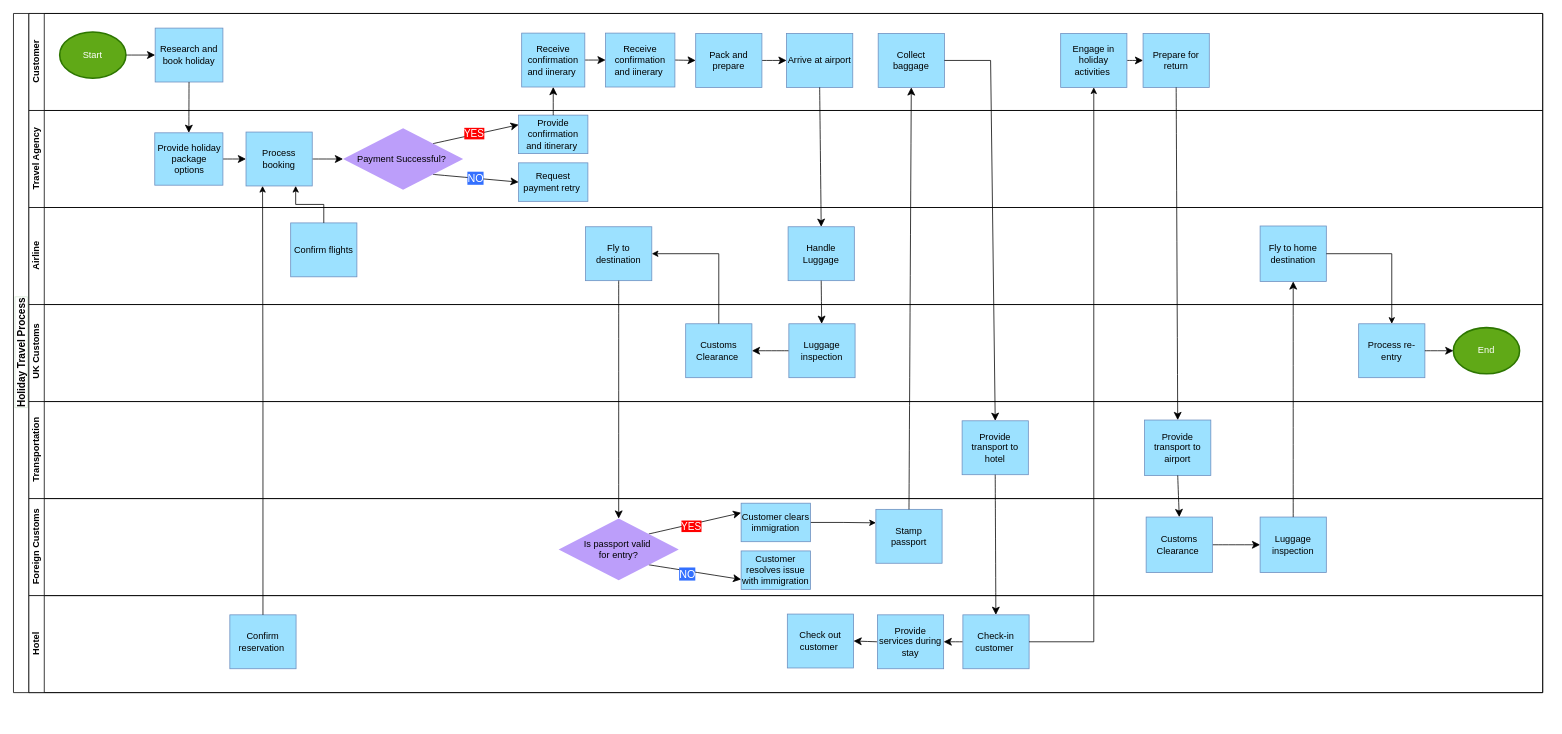
kyrafld/kyrafld keeps this draw.io diagram as Untitled Diagram.drawio. Above is the earlier version. Source tidied: cells renumbered, new cells numbered last; positions are measured from the earlier drawing's top-left corner, leaving out a move shared by most shapes. Both pictures are drawn from the tidied source at 77%, with x=0, y=0 at pixel (13, 13).
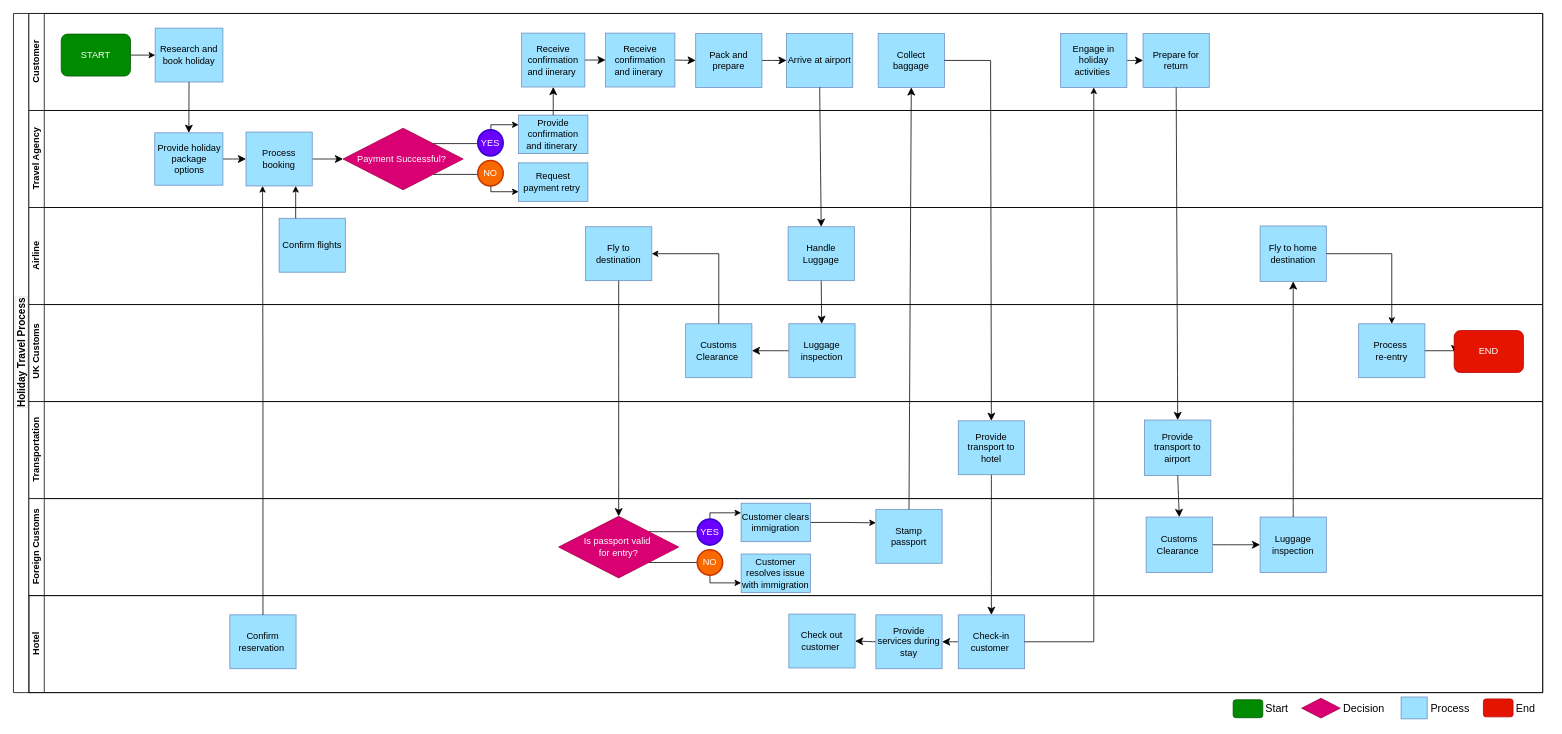
The same page after the edit.

The change refers to these unchanged cells:
```xml
<mxCell id="3" value="Customer" style="swimlane;startSize=20;horizontal=0;html=1;" parent="2" vertex="1">
  <mxGeometry x="20" width="1966" height="126" as="geometry" />
</mxCell>
<mxCell id="6" value="Research and book holiday" style="rounded=0;whiteSpace=wrap;html=1;labelBackgroundColor=none;fillColor=#9CE1FF;strokeColor=#6c8ebf;gradientColor=none;" parent="3" vertex="1">
  <mxGeometry x="164" y="19" width="88" height="70" as="geometry" />
</mxCell>
<mxCell id="8" value="Receive confirmation and iinerary&amp;nbsp;" style="rounded=0;whiteSpace=wrap;html=1;labelBackgroundColor=none;fillColor=#9CE1FF;strokeColor=#6c8ebf;gradientColor=none;" parent="3" vertex="1">
  <mxGeometry x="640" y="25.5" width="82" height="70" as="geometry" />
</mxCell>
<mxCell id="18" value="Travel Agency" style="swimlane;startSize=20;horizontal=0;html=1;" parent="2" vertex="1">
  <mxGeometry x="20" y="126" width="1966" height="126" as="geometry" />
</mxCell>
<mxCell id="21" value="Provide holiday package options" style="rounded=0;whiteSpace=wrap;html=1;labelBackgroundColor=none;fillColor=#9CE1FF;strokeColor=#6c8ebf;gradientColor=none;" parent="18" vertex="1">
  <mxGeometry x="163.5" y="29" width="88.5" height="68" as="geometry" />
</mxCell>
<mxCell id="23" value="Process booking" style="rounded=0;whiteSpace=wrap;html=1;labelBackgroundColor=none;fillColor=#9CE1FF;strokeColor=#6c8ebf;gradientColor=none;" parent="18" vertex="1">
  <mxGeometry x="282" y="28" width="86" height="70" as="geometry" />
</mxCell>
<mxCell id="27" value="Provide confirmation and itinerary&amp;nbsp;" style="rounded=0;whiteSpace=wrap;html=1;labelBackgroundColor=none;fillColor=#9CE1FF;strokeColor=#6c8ebf;gradientColor=none;" parent="18" vertex="1">
  <mxGeometry x="636" y="6" width="90" height="50" as="geometry" />
</mxCell>
<mxCell id="28" value="Request payment retry&amp;nbsp;" style="rounded=0;whiteSpace=wrap;html=1;labelBackgroundColor=none;fillColor=#9CE1FF;strokeColor=#6c8ebf;gradientColor=none;" parent="18" vertex="1">
  <mxGeometry x="636" y="68" width="90" height="50" as="geometry" />
</mxCell>
<mxCell id="31" value="Airline" style="swimlane;startSize=20;horizontal=0;html=1;" parent="2" vertex="1">
  <mxGeometry x="20" y="252" width="1966" height="126" as="geometry" />
</mxCell>
<mxCell id="36" value="&amp;nbsp;UK&amp;nbsp;&lt;span style=&quot;background-color: initial;&quot;&gt;Customs&lt;/span&gt;" style="swimlane;startSize=20;horizontal=0;html=1;" parent="2" vertex="1">
  <mxGeometry x="20" y="378" width="1966" height="126" as="geometry" />
</mxCell>
<mxCell id="53" value="Foreign Customs" style="swimlane;startSize=20;horizontal=0;html=1;" parent="2" vertex="1">
  <mxGeometry x="20" y="630" width="1966" height="126" as="geometry" />
</mxCell>
<mxCell id="61" value="Customer clears immigration" style="rounded=0;whiteSpace=wrap;html=1;labelBackgroundColor=none;fillColor=#9CE1FF;strokeColor=#6c8ebf;gradientColor=none;" parent="53" vertex="1">
  <mxGeometry x="925" y="6" width="90" height="50" as="geometry" />
</mxCell>
<mxCell id="72" value="Confirm reservation&amp;nbsp;" style="rounded=0;whiteSpace=wrap;html=1;labelBackgroundColor=none;fillColor=#9CE1FF;strokeColor=#6c8ebf;gradientColor=none;" parent="66" vertex="1">
  <mxGeometry x="261" y="25" width="86" height="70" as="geometry" />
</mxCell>
```

Diff of the diagram source:
```diff
@@
-    <mxCell id="2" value="Holiday Travel Process" style="swimlane;horizontal=0;startSize=20;html=1;labelBorderColor=#D5E8D4;fontSize=13;" parent="1" vertex="1">
+    <mxCell id="2" value="Holiday Travel Process" style="swimlane;horizontal=0;startSize=20;html=1;labelBorderColor=#D5E8D4;fontSize=13;strokeColor=#000000;" parent="1" vertex="1">
       <mxGeometry width="1986" height="882" as="geometry" />
     </mxCell>
@@
-    <mxCell id="4" style="edgeStyle=none;curved=1;rounded=0;jettySize=auto;html=1;fontSize=12;startSize=8;endSize=8;" parent="3" edge="1" source="5" target="6">
-      <mxGeometry relative="1" as="geometry" />
-    </mxCell>
-    <mxCell id="5" value="Start" style="strokeWidth=2;html=1;shape=mxgraph.flowchart.start_1;whiteSpace=wrap;fillColor=#60a917;strokeColor=#2D7600;fontColor=#ffffff;" parent="3" vertex="1">
-      <mxGeometry x="40" y="24" width="86" height="60" as="geometry" />
-    </mxCell>
@@
+    <mxCell id="83" style="edgeStyle=orthogonalEdgeStyle;rounded=0;jettySize=auto;html=1;exitX=1;exitY=0.5;exitDx=0;exitDy=0;entryX=0;entryY=0.5;entryDx=0;entryDy=0;" parent="3" edge="1" source="84" target="6">
+      <mxGeometry relative="1" as="geometry" />
+    </mxCell>
+    <mxCell id="84" value="START" style="rounded=1;whiteSpace=wrap;html=1;fillColor=#008a00;fontColor=#ffffff;strokeColor=#005700;" parent="3" vertex="1">
+      <mxGeometry x="42" y="26.8" width="90" height="54.5" as="geometry" />
+    </mxCell>
@@
-    <mxCell id="19" value="NO" style="edgeStyle=none;curved=1;rounded=0;jettySize=auto;html=1;exitX=1;exitY=1;exitDx=0;exitDy=0;entryX=0;entryY=0.5;entryDx=0;entryDy=0;fontSize=14;startSize=8;endSize=8;labelBorderColor=none;labelBackgroundColor=#3370ff;fontColor=#FFFFFF;textShadow=0;" parent="18" edge="1" source="26" target="28">
-      <mxGeometry x="-0.01" relative="1" as="geometry" />
-    </mxCell>
@@
-    <mxCell id="24" style="edgeStyle=none;curved=1;rounded=0;jettySize=auto;html=1;exitX=1;exitY=0;exitDx=0;exitDy=0;entryX=0;entryY=0.25;entryDx=0;entryDy=0;fontSize=12;startSize=8;endSize=8;" parent="18" edge="1" source="26" target="27">
+    <mxCell id="24" style="edgeStyle=orthogonalEdgeStyle;rounded=0;jettySize=auto;html=1;exitX=1;exitY=0;exitDx=0;exitDy=0;entryX=0;entryY=0.25;entryDx=0;entryDy=0;" parent="18" edge="1" source="26" target="27">
       <mxGeometry relative="1" as="geometry" />
     </mxCell>
-    <mxCell id="25" value="YES" style="edgeLabel;html=1;align=center;verticalAlign=middle;fontSize=13;labelBorderColor=none;labelBackgroundColor=#FF0000;fontColor=#FFFFFF;textShadow=0;" parent="24" vertex="1">
-      <mxGeometry x="-0.05" y="1" relative="1" as="geometry">
-        <mxPoint y="-1" as="offset" />
-      </mxGeometry>
-    </mxCell>
+    <mxCell id="19" style="edgeStyle=orthogonalEdgeStyle;rounded=0;jettySize=auto;html=1;exitX=1;exitY=1;exitDx=0;exitDy=0;entryX=0;entryY=0.75;entryDx=0;entryDy=0;" parent="18" edge="1" source="26" target="28">
+      <mxGeometry relative="1" as="geometry" />
+    </mxCell>
-    <mxCell id="26" value="Payment Successful?&amp;nbsp;" style="rhombus;whiteSpace=wrap;html=1;fillColor=#BC9EFA;fontColor=#000000;strokeColor=none;" parent="18" vertex="1">
+    <mxCell id="26" value="Payment Successful?&amp;nbsp;" style="rhombus;whiteSpace=wrap;html=1;fillColor=#d80073;fontColor=#ffffff;strokeColor=#A50040;" parent="18" vertex="1">
       <mxGeometry x="408" y="23" width="156" height="80" as="geometry" />
     </mxCell>
@@
+    <mxCell id="85" value="YES" style="strokeWidth=2;html=1;shape=mxgraph.flowchart.start_2;whiteSpace=wrap;fillColor=#6a00ff;fontColor=#ffffff;strokeColor=#3700CC;" parent="18" vertex="1">
+      <mxGeometry x="583" y="25" width="33" height="34" as="geometry" />
+    </mxCell>
+    <mxCell id="86" value="NO" style="strokeWidth=2;html=1;shape=mxgraph.flowchart.start_2;whiteSpace=wrap;fillColor=#fa6800;strokeColor=#C73500;fontColor=#FFFFFF;" parent="18" vertex="1">
+      <mxGeometry x="583" y="65" width="33" height="33" as="geometry" />
+    </mxCell>
@@
     <mxCell id="35" value="Confirm flights" style="rounded=0;whiteSpace=wrap;html=1;labelBackgroundColor=none;fillColor=#9CE1FF;strokeColor=#6c8ebf;gradientColor=none;" parent="31" vertex="1">
-      <mxGeometry x="340" y="20" width="86" height="70" as="geometry" />
+      <mxGeometry x="325" y="14" width="86" height="70" as="geometry" />
     </mxCell>
@@
-    <mxCell id="38" value="Process re-entry" style="rounded=0;whiteSpace=wrap;html=1;labelBackgroundColor=none;fillColor=#9CE1FF;strokeColor=#6c8ebf;gradientColor=none;" parent="36" vertex="1">
+    <mxCell id="38" value="Process&amp;nbsp;&lt;div&gt;re-entry&lt;/div&gt;" style="rounded=0;whiteSpace=wrap;html=1;labelBackgroundColor=none;fillColor=#9CE1FF;strokeColor=#6c8ebf;gradientColor=none;" parent="36" vertex="1">
       <mxGeometry x="1727" y="25" width="86" height="70" as="geometry" />
     </mxCell>
+    <mxCell id="87" style="edgeStyle=orthogonalEdgeStyle;rounded=0;jettySize=auto;html=1;exitX=1;exitY=0.5;exitDx=0;exitDy=0;entryX=0;entryY=0.5;entryDx=0;entryDy=0;" parent="36" edge="1" source="38" target="88">
+      <mxGeometry relative="1" as="geometry" />
+    </mxCell>
@@
-    <mxCell id="42" value="End" style="strokeWidth=2;html=1;shape=mxgraph.flowchart.start_1;whiteSpace=wrap;fillColor=#60a917;fontColor=#ffffff;strokeColor=#2D7600;" parent="36" vertex="1">
-      <mxGeometry x="1850" y="30" width="86" height="60" as="geometry" />
-    </mxCell>
-    <mxCell id="43" style="edgeStyle=none;curved=1;rounded=0;jettySize=auto;html=1;exitX=1;exitY=0.5;exitDx=0;exitDy=0;entryX=0;entryY=0.5;entryDx=0;entryDy=0;entryPerimeter=0;fontSize=12;startSize=8;endSize=8;" parent="36" edge="1" source="38" target="42">
-      <mxGeometry relative="1" as="geometry" />
-    </mxCell>
+    <mxCell id="88" value="END" style="rounded=1;whiteSpace=wrap;html=1;fillColor=#e51400;fontColor=#ffffff;strokeColor=#B20000;" parent="36" vertex="1">
+      <mxGeometry x="1851" y="33.8" width="90" height="54.5" as="geometry" />
+    </mxCell>
+    <mxCell id="47" style="edgeStyle=none;curved=1;rounded=0;jettySize=auto;html=1;exitX=0.5;exitY=1;exitDx=0;exitDy=0;entryX=0.5;entryY=0;entryDx=0;entryDy=0;fontSize=12;startSize=8;endSize=8;" parent="2" edge="1" source="6" target="21">
+      <mxGeometry relative="1" as="geometry" />
+    </mxCell>
+    <mxCell id="48" style="edgeStyle=none;curved=1;rounded=0;jettySize=auto;html=1;exitX=0.5;exitY=0;exitDx=0;exitDy=0;entryX=0.5;entryY=1;entryDx=0;entryDy=0;fontSize=12;startSize=8;endSize=8;" parent="2" edge="1" source="27" target="8">
+      <mxGeometry relative="1" as="geometry" />
+    </mxCell>
-    <mxCell id="44" value="Transportation" style="swimlane;startSize=20;horizontal=0;html=1;" parent="2" vertex="1">
+    <mxCell id="44" value="Transportation" style="swimlane;startSize=20;horizontal=0;html=1;fontColor=#000000;" parent="2" vertex="1">
       <mxGeometry x="20" y="504" width="1966" height="126" as="geometry" />
     </mxCell>
     <mxCell id="45" value="Provide transport to hotel" style="rounded=0;whiteSpace=wrap;html=1;labelBackgroundColor=none;fillColor=#9CE1FF;strokeColor=#6c8ebf;gradientColor=none;" parent="44" vertex="1">
-      <mxGeometry x="1212" y="25" width="86" height="70" as="geometry" />
+      <mxGeometry x="1207" y="25" width="86" height="70" as="geometry" />
     </mxCell>
@@
-    <mxCell id="47" style="edgeStyle=none;curved=1;rounded=0;jettySize=auto;html=1;exitX=0.5;exitY=1;exitDx=0;exitDy=0;entryX=0.5;entryY=0;entryDx=0;entryDy=0;fontSize=12;startSize=8;endSize=8;" parent="2" edge="1" source="6" target="21">
-      <mxGeometry relative="1" as="geometry" />
-    </mxCell>
-    <mxCell id="48" style="edgeStyle=none;curved=1;rounded=0;jettySize=auto;html=1;exitX=0.5;exitY=0;exitDx=0;exitDy=0;entryX=0.5;entryY=1;entryDx=0;entryDy=0;fontSize=12;startSize=8;endSize=8;" parent="2" edge="1" source="27" target="8">
-      <mxGeometry relative="1" as="geometry" />
-    </mxCell>
@@
+    <mxCell id="56" style="edgeStyle=orthogonalEdgeStyle;rounded=0;jettySize=auto;html=1;exitX=1;exitY=0;exitDx=0;exitDy=0;entryX=0;entryY=0.25;entryDx=0;entryDy=0;" parent="53" edge="1" source="58" target="61">
+      <mxGeometry relative="1" as="geometry" />
+    </mxCell>
-    <mxCell id="54" style="edgeStyle=none;curved=1;rounded=0;jettySize=auto;html=1;exitX=1;exitY=1;exitDx=0;exitDy=0;entryX=0;entryY=0.74;entryDx=0;entryDy=0;fontSize=12;startSize=8;endSize=8;entryPerimeter=0;" parent="53" edge="1" source="58" target="59">
+    <mxCell id="54" style="edgeStyle=orthogonalEdgeStyle;rounded=0;jettySize=auto;html=1;exitX=1;exitY=1;exitDx=0;exitDy=0;entryX=0;entryY=0.75;entryDx=0;entryDy=0;" parent="53" edge="1" source="58" target="59">
       <mxGeometry relative="1" as="geometry" />
     </mxCell>
-    <mxCell id="55" value="NO" style="edgeLabel;html=1;align=center;verticalAlign=middle;fontSize=14;labelBorderColor=none;labelBackgroundColor=#3370ff;spacing=10;fontColor=#FFFFFF;textShadow=0;" parent="54" vertex="1">
-      <mxGeometry x="-0.03" y="-2" relative="1" as="geometry">
-        <mxPoint x="-8" as="offset" />
-      </mxGeometry>
-    </mxCell>
-    <mxCell id="56" style="edgeStyle=none;curved=1;rounded=0;jettySize=auto;html=1;exitX=1;exitY=0;exitDx=0;exitDy=0;entryX=0;entryY=0.25;entryDx=0;entryDy=0;fontSize=12;startSize=8;endSize=8;textShadow=0;" parent="53" edge="1" source="58" target="61">
-      <mxGeometry relative="1" as="geometry" />
-    </mxCell>
-    <mxCell id="57" value="YES" style="edgeLabel;html=1;align=center;verticalAlign=middle;fontSize=13;labelBorderColor=none;labelBackgroundColor=#FF0000;fontColor=#FFFFFF;" parent="56" vertex="1">
-      <mxGeometry x="-0.11" y="-2" relative="1" as="geometry" />
-    </mxCell>
-    <mxCell id="58" value="Is passport valid&amp;nbsp;&lt;div&gt;for entry?&lt;/div&gt;" style="rhombus;whiteSpace=wrap;html=1;fillColor=#BC9EFA;fontColor=#000000;strokeColor=none;" parent="53" vertex="1">
-      <mxGeometry x="688" y="26" width="156" height="80" as="geometry" />
+    <mxCell id="58" value="Is passport valid&amp;nbsp;&lt;div&gt;for entry?&lt;/div&gt;" style="rhombus;whiteSpace=wrap;html=1;fillColor=#d80073;fontColor=#ffffff;strokeColor=#A50040;" parent="53" vertex="1">
+      <mxGeometry x="688" y="23" width="156" height="80" as="geometry" />
     </mxCell>
     <mxCell id="59" value="Customer resolves issue with immigration" style="rounded=0;whiteSpace=wrap;html=1;labelBackgroundColor=none;fillColor=#9CE1FF;strokeColor=#6c8ebf;gradientColor=none;" parent="53" vertex="1">
-      <mxGeometry x="925" y="68" width="90" height="50" as="geometry" />
+      <mxGeometry x="925" y="72" width="90" height="50" as="geometry" />
     </mxCell>
@@
+    <mxCell id="89" value="YES" style="strokeWidth=2;html=1;shape=mxgraph.flowchart.start_2;whiteSpace=wrap;fillColor=#6a00ff;fontColor=#ffffff;strokeColor=#3700CC;" parent="53" vertex="1">
+      <mxGeometry x="868" y="26.5" width="33" height="34" as="geometry" />
+    </mxCell>
+    <mxCell id="90" value="NO" style="strokeWidth=2;html=1;shape=mxgraph.flowchart.start_2;whiteSpace=wrap;fillColor=#fa6800;strokeColor=#C73500;fontColor=#FFFFFF;" parent="53" vertex="1">
+      <mxGeometry x="868" y="66.5" width="33" height="33" as="geometry" />
+    </mxCell>
-    <mxCell id="66" value="Hotel" style="swimlane;startSize=20;horizontal=0;html=1;" parent="2" vertex="1">
+    <mxCell id="66" value="Hotel" style="swimlane;startSize=20;horizontal=0;html=1;fillColor=none;fontColor=#000000;strokeColor=#000000;" parent="2" vertex="1">
       <mxGeometry x="20" y="756" width="1966" height="126" as="geometry" />
     </mxCell>
@@
     <mxCell id="68" value="Check-in customer&amp;nbsp;" style="rounded=0;whiteSpace=wrap;html=1;labelBackgroundColor=none;fillColor=#9CE1FF;strokeColor=#6c8ebf;gradientColor=none;" parent="66" vertex="1">
-      <mxGeometry x="1213" y="25" width="86" height="70" as="geometry" />
+      <mxGeometry x="1207" y="25" width="86" height="70" as="geometry" />
     </mxCell>
@@
     <mxCell id="70" value="Provide services during stay" style="rounded=0;whiteSpace=wrap;html=1;labelBackgroundColor=none;fillColor=#9CE1FF;strokeColor=#6c8ebf;gradientColor=none;" parent="66" vertex="1">
-      <mxGeometry x="1102" y="25" width="86" height="70" as="geometry" />
+      <mxGeometry x="1100" y="25" width="86" height="70" as="geometry" />
     </mxCell>
     <mxCell id="71" value="Check out customer&amp;nbsp;" style="rounded=0;whiteSpace=wrap;html=1;labelBackgroundColor=none;fillColor=#9CE1FF;strokeColor=#6c8ebf;gradientColor=none;" parent="66" vertex="1">
-      <mxGeometry x="985" y="24" width="86" height="70" as="geometry" />
+      <mxGeometry x="987" y="24" width="86" height="70" as="geometry" />
     </mxCell>
@@
+    <mxCell id="82" style="edgeStyle=orthogonalEdgeStyle;rounded=0;jettySize=auto;html=1;exitX=0.5;exitY=0;exitDx=0;exitDy=0;entryX=0.25;entryY=1;entryDx=0;entryDy=0;" parent="2" edge="1" source="72" target="23">
+      <mxGeometry relative="1" as="geometry" />
+    </mxCell>
-    <mxCell id="81" style="edgeStyle=orthogonalEdgeStyle;rounded=0;jettySize=auto;html=1;exitX=0.5;exitY=0;exitDx=0;exitDy=0;entryX=0.75;entryY=1;entryDx=0;entryDy=0;" parent="2" edge="1" source="35" target="23">
+    <mxCell id="81" style="edgeStyle=orthogonalEdgeStyle;rounded=0;jettySize=auto;html=1;exitX=0.25;exitY=0;exitDx=0;exitDy=0;entryX=0.75;entryY=1;entryDx=0;entryDy=0;" parent="2" edge="1" source="35" target="23">
       <mxGeometry relative="1" as="geometry" />
     </mxCell>
-    <mxCell id="82" style="edgeStyle=orthogonalEdgeStyle;rounded=0;jettySize=auto;html=1;exitX=0.5;exitY=0;exitDx=0;exitDy=0;entryX=0.25;entryY=1;entryDx=0;entryDy=0;" parent="2" edge="1" source="72" target="23">
-      <mxGeometry relative="1" as="geometry" />
-    </mxCell>
+    <mxCell id="91" style="rhombus;whiteSpace=wrap;html=1;fillColor=#d80073;fontColor=#ffffff;strokeColor=#A50040;" parent="1" vertex="1">
+      <mxGeometry x="1673" y="889.4" width="50" height="25.6" as="geometry" />
+    </mxCell>
+    <mxCell id="92" style="rounded=1;whiteSpace=wrap;html=1;fillColor=#008a00;fontColor=#ffffff;strokeColor=#005700;" parent="1" vertex="1">
+      <mxGeometry x="1584" y="891.3" width="38.5" height="23.3" as="geometry" />
+    </mxCell>
+    <mxCell id="93" style="rounded=0;whiteSpace=wrap;html=1;labelBackgroundColor=none;fillColor=#9CE1FF;strokeColor=#6c8ebf;gradientColor=none;" parent="1" vertex="1">
+      <mxGeometry x="1802.1" y="887.7" width="33.9" height="28.4" as="geometry" />
+    </mxCell>
+    <mxCell id="94" style="rounded=1;whiteSpace=wrap;html=1;fillColor=#e51400;fontColor=#ffffff;strokeColor=#B20000;" parent="1" vertex="1">
+      <mxGeometry x="1909" y="890.2" width="38.5" height="23.3" as="geometry" />
+    </mxCell>
+    <mxCell id="5" value="&lt;font style=&quot;font-size: 14px;&quot;&gt;Start&lt;/font&gt;" style="text;html=1;align=center;verticalAlign=middle;whiteSpace=wrap;rounded=0;fontFamily=Helvetica;fontSize=14;fontColor=default;" parent="1" vertex="1">
+      <mxGeometry x="1611" y="888.3" width="60" height="30" as="geometry" />
+    </mxCell>
+    <mxCell id="95" value="&lt;font style=&quot;font-size: 14px;&quot;&gt;Decision&lt;/font&gt;" style="text;html=1;align=center;verticalAlign=middle;whiteSpace=wrap;rounded=0;fontSize=14;" parent="1" vertex="1">
+      <mxGeometry x="1724" y="888.3" width="60" height="30" as="geometry" />
+    </mxCell>
+    <mxCell id="96" value="&lt;font style=&quot;font-size: 14px;&quot;&gt;Process&lt;/font&gt;" style="text;html=1;align=center;verticalAlign=middle;whiteSpace=wrap;rounded=0;fontSize=14;" parent="1" vertex="1">
+      <mxGeometry x="1836" y="888.3" width="60" height="30" as="geometry" />
+    </mxCell>
+    <mxCell id="42" value="&lt;span style=&quot;font-size: 14px;&quot;&gt;End&lt;/span&gt;" style="text;html=1;align=center;verticalAlign=middle;whiteSpace=wrap;rounded=0;fontSize=14;" parent="1" vertex="1">
+      <mxGeometry x="1934" y="888.3" width="60" height="30" as="geometry" />
+    </mxCell>
```
